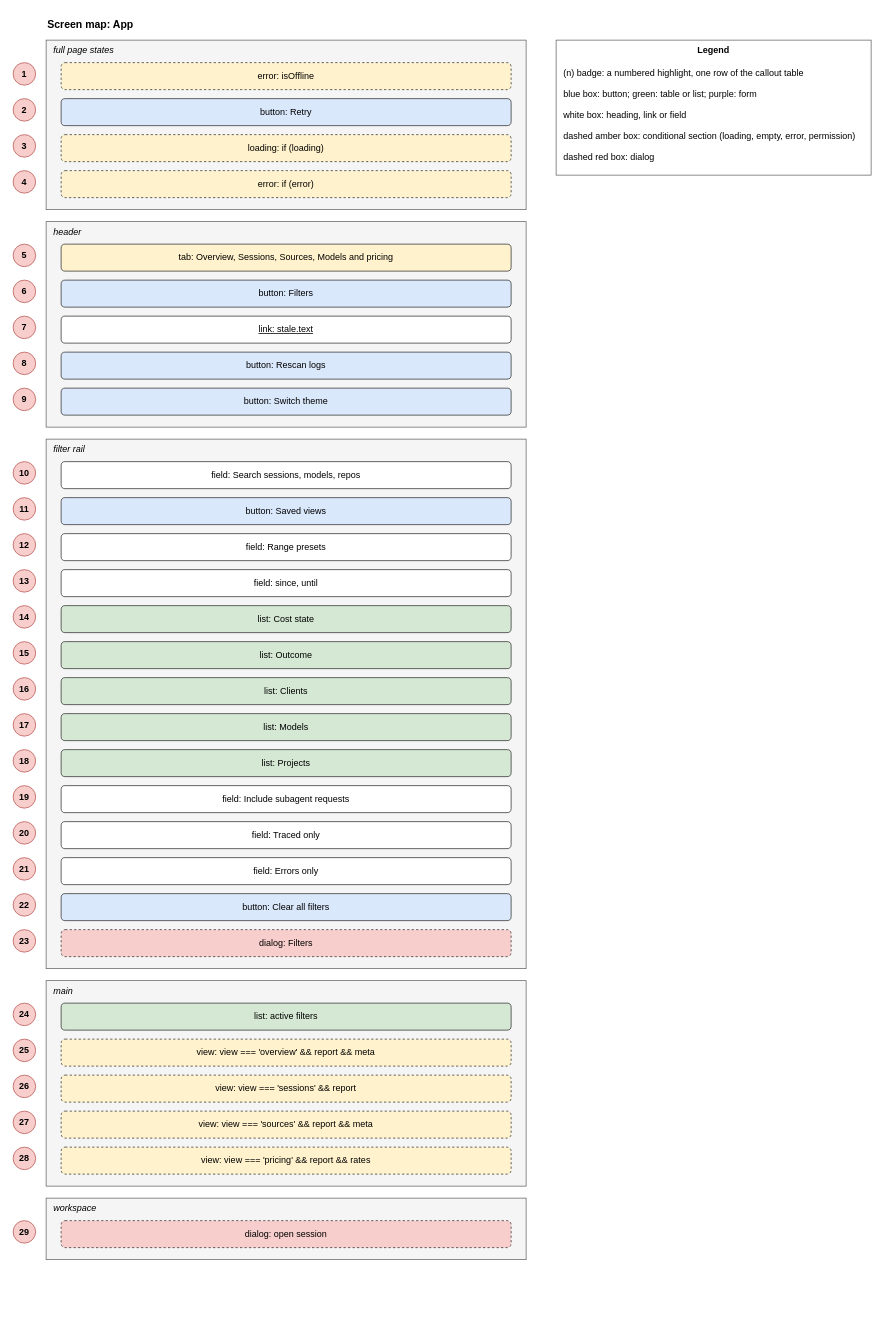
Above: docs/brain/architecture/drawio/drawio-screen-app.drawio in GeorgiNaydenov/LocalTokenomics (draw.io), before the change. Source tidied: cells renumbered, new cells numbered last; positions are measured from the earlier drawing's top-left corner, leaving out a move shared by most shapes. Both pictures are drawn from the tidied source at 75%, with x=0, y=0 at pixel (13, 13).
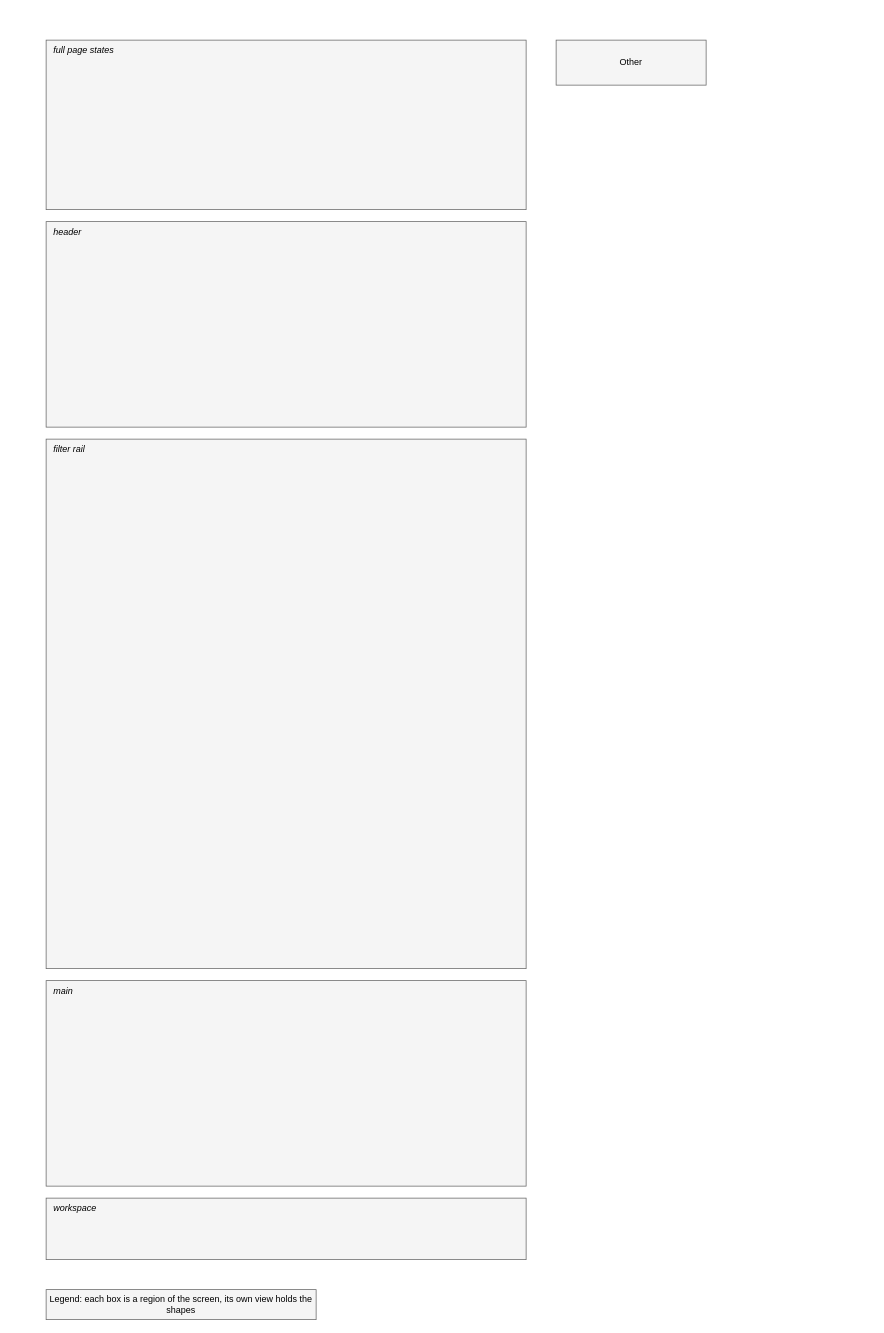
After the change.

The change refers to these unchanged cells:
```xml
<mxCell id="3" value="full page states" style="rounded=0;whiteSpace=wrap;html=0;fillColor=#f5f5f5;strokeColor=#666666;verticalAlign=top;align=left;spacingLeft=8;fontStyle=2;" parent="1" vertex="1">
  <mxGeometry x="44" y="36" width="640" height="226" as="geometry" />
</mxCell>
<mxCell id="12" value="header" style="rounded=0;whiteSpace=wrap;html=0;fillColor=#f5f5f5;strokeColor=#666666;verticalAlign=top;align=left;spacingLeft=8;fontStyle=2;" parent="1" vertex="1">
  <mxGeometry x="44" y="278" width="640" height="274" as="geometry" />
</mxCell>
<mxCell id="23" value="filter rail" style="rounded=0;whiteSpace=wrap;html=0;fillColor=#f5f5f5;strokeColor=#666666;verticalAlign=top;align=left;spacingLeft=8;fontStyle=2;" parent="1" vertex="1">
  <mxGeometry x="44" y="568" width="640" height="706" as="geometry" />
</mxCell>
<mxCell id="52" value="main" style="rounded=0;whiteSpace=wrap;html=0;fillColor=#f5f5f5;strokeColor=#666666;verticalAlign=top;align=left;spacingLeft=8;fontStyle=2;" parent="1" vertex="1">
  <mxGeometry x="44" y="1290" width="640" height="274" as="geometry" />
</mxCell>
<mxCell id="63" value="workspace" style="rounded=0;whiteSpace=wrap;html=0;fillColor=#f5f5f5;strokeColor=#666666;verticalAlign=top;align=left;spacingLeft=8;fontStyle=2;" parent="1" vertex="1">
  <mxGeometry x="44" y="1580" width="640" height="82" as="geometry" />
</mxCell>
```

What changed in the source:
```diff
@@
-    <mxCell id="2" value="Screen map: App" style="text;html=0;fontStyle=1;fontSize=14;align=left;" parent="1" vertex="1">
-      <mxGeometry x="44" width="500" height="24" as="geometry" />
-    </mxCell>
@@
-    <mxCell id="4" value="error: isOffline" style="rounded=1;whiteSpace=wrap;html=0;fillColor=#fff2cc;strokeColor=#333333;dashed=1;" parent="3" vertex="1">
-      <mxGeometry x="20" y="30" width="600" height="36" as="geometry" />
-    </mxCell>
-    <mxCell id="5" value="1" style="ellipse;whiteSpace=wrap;html=0;fillColor=#f8cecc;strokeColor=#b85450;fontStyle=1;" parent="1" vertex="1">
-      <mxGeometry y="66" width="30" height="30" as="geometry" />
-    </mxCell>
-    <mxCell id="6" value="button: Retry" style="rounded=1;whiteSpace=wrap;html=0;fillColor=#dae8fc;strokeColor=#333333;" parent="3" vertex="1">
-      <mxGeometry x="20" y="78" width="600" height="36" as="geometry" />
-    </mxCell>
-    <mxCell id="7" value="2" style="ellipse;whiteSpace=wrap;html=0;fillColor=#f8cecc;strokeColor=#b85450;fontStyle=1;" parent="1" vertex="1">
-      <mxGeometry y="114" width="30" height="30" as="geometry" />
-    </mxCell>
-    <mxCell id="8" value="loading: if (loading)" style="rounded=1;whiteSpace=wrap;html=0;fillColor=#fff2cc;strokeColor=#333333;dashed=1;" parent="3" vertex="1">
-      <mxGeometry x="20" y="126" width="600" height="36" as="geometry" />
-    </mxCell>
-    <mxCell id="9" value="3" style="ellipse;whiteSpace=wrap;html=0;fillColor=#f8cecc;strokeColor=#b85450;fontStyle=1;" parent="1" vertex="1">
-      <mxGeometry y="162" width="30" height="30" as="geometry" />
-    </mxCell>
-    <mxCell id="10" value="error: if (error)" style="rounded=1;whiteSpace=wrap;html=0;fillColor=#fff2cc;strokeColor=#333333;dashed=1;" parent="3" vertex="1">
-      <mxGeometry x="20" y="174" width="600" height="36" as="geometry" />
-    </mxCell>
-    <mxCell id="11" value="4" style="ellipse;whiteSpace=wrap;html=0;fillColor=#f8cecc;strokeColor=#b85450;fontStyle=1;" parent="1" vertex="1">
-      <mxGeometry y="210" width="30" height="30" as="geometry" />
-    </mxCell>
@@
-    <mxCell id="13" value="tab: Overview, Sessions, Sources, Models and pricing" style="rounded=1;whiteSpace=wrap;html=0;fillColor=#fff2cc;strokeColor=#333333;" parent="12" vertex="1">
-      <mxGeometry x="20" y="30" width="600" height="36" as="geometry" />
-    </mxCell>
-    <mxCell id="14" value="5" style="ellipse;whiteSpace=wrap;html=0;fillColor=#f8cecc;strokeColor=#b85450;fontStyle=1;" parent="1" vertex="1">
-      <mxGeometry y="308" width="30" height="30" as="geometry" />
-    </mxCell>
-    <mxCell id="15" value="button: Filters" style="rounded=1;whiteSpace=wrap;html=0;fillColor=#dae8fc;strokeColor=#333333;" parent="12" vertex="1">
-      <mxGeometry x="20" y="78" width="600" height="36" as="geometry" />
-    </mxCell>
-    <mxCell id="16" value="6" style="ellipse;whiteSpace=wrap;html=0;fillColor=#f8cecc;strokeColor=#b85450;fontStyle=1;" parent="1" vertex="1">
-      <mxGeometry y="356" width="30" height="30" as="geometry" />
-    </mxCell>
-    <mxCell id="17" value="link: stale.text" style="rounded=1;whiteSpace=wrap;html=0;fillColor=#ffffff;strokeColor=#333333;fontStyle=4;" parent="12" vertex="1">
-      <mxGeometry x="20" y="126" width="600" height="36" as="geometry" />
-    </mxCell>
-    <mxCell id="18" value="7" style="ellipse;whiteSpace=wrap;html=0;fillColor=#f8cecc;strokeColor=#b85450;fontStyle=1;" parent="1" vertex="1">
-      <mxGeometry y="404" width="30" height="30" as="geometry" />
-    </mxCell>
-    <mxCell id="19" value="button: Rescan logs" style="rounded=1;whiteSpace=wrap;html=0;fillColor=#dae8fc;strokeColor=#333333;" parent="12" vertex="1">
-      <mxGeometry x="20" y="174" width="600" height="36" as="geometry" />
-    </mxCell>
-    <mxCell id="20" value="8" style="ellipse;whiteSpace=wrap;html=0;fillColor=#f8cecc;strokeColor=#b85450;fontStyle=1;" parent="1" vertex="1">
-      <mxGeometry y="452" width="30" height="30" as="geometry" />
-    </mxCell>
-    <mxCell id="21" value="button: Switch theme" style="rounded=1;whiteSpace=wrap;html=0;fillColor=#dae8fc;strokeColor=#333333;" parent="12" vertex="1">
-      <mxGeometry x="20" y="222" width="600" height="36" as="geometry" />
-    </mxCell>
-    <mxCell id="22" value="9" style="ellipse;whiteSpace=wrap;html=0;fillColor=#f8cecc;strokeColor=#b85450;fontStyle=1;" parent="1" vertex="1">
-      <mxGeometry y="500" width="30" height="30" as="geometry" />
-    </mxCell>
@@
-    <mxCell id="24" value="field: Search sessions, models, repos" style="rounded=1;whiteSpace=wrap;html=0;fillColor=#ffffff;strokeColor=#333333;" parent="23" vertex="1">
-      <mxGeometry x="20" y="30" width="600" height="36" as="geometry" />
-    </mxCell>
-    <mxCell id="25" value="10" style="ellipse;whiteSpace=wrap;html=0;fillColor=#f8cecc;strokeColor=#b85450;fontStyle=1;" parent="1" vertex="1">
-      <mxGeometry y="598" width="30" height="30" as="geometry" />
-    </mxCell>
-    <mxCell id="26" value="button: Saved views" style="rounded=1;whiteSpace=wrap;html=0;fillColor=#dae8fc;strokeColor=#333333;" parent="23" vertex="1">
-      <mxGeometry x="20" y="78" width="600" height="36" as="geometry" />
-    </mxCell>
-    <mxCell id="27" value="11" style="ellipse;whiteSpace=wrap;html=0;fillColor=#f8cecc;strokeColor=#b85450;fontStyle=1;" parent="1" vertex="1">
-      <mxGeometry y="646" width="30" height="30" as="geometry" />
-    </mxCell>
-    <mxCell id="28" value="field: Range presets" style="rounded=1;whiteSpace=wrap;html=0;fillColor=#ffffff;strokeColor=#333333;" parent="23" vertex="1">
-      <mxGeometry x="20" y="126" width="600" height="36" as="geometry" />
-    </mxCell>
-    <mxCell id="29" value="12" style="ellipse;whiteSpace=wrap;html=0;fillColor=#f8cecc;strokeColor=#b85450;fontStyle=1;" parent="1" vertex="1">
-      <mxGeometry y="694" width="30" height="30" as="geometry" />
-    </mxCell>
-    <mxCell id="30" value="field: since, until" style="rounded=1;whiteSpace=wrap;html=0;fillColor=#ffffff;strokeColor=#333333;" parent="23" vertex="1">
-      <mxGeometry x="20" y="174" width="600" height="36" as="geometry" />
-    </mxCell>
-    <mxCell id="31" value="13" style="ellipse;whiteSpace=wrap;html=0;fillColor=#f8cecc;strokeColor=#b85450;fontStyle=1;" parent="1" vertex="1">
-      <mxGeometry y="742" width="30" height="30" as="geometry" />
-    </mxCell>
-    <mxCell id="32" value="list: Cost state" style="rounded=1;whiteSpace=wrap;html=0;fillColor=#d5e8d4;strokeColor=#333333;" parent="23" vertex="1">
-      <mxGeometry x="20" y="222" width="600" height="36" as="geometry" />
-    </mxCell>
-    <mxCell id="33" value="14" style="ellipse;whiteSpace=wrap;html=0;fillColor=#f8cecc;strokeColor=#b85450;fontStyle=1;" parent="1" vertex="1">
-      <mxGeometry y="790" width="30" height="30" as="geometry" />
-    </mxCell>
-    <mxCell id="34" value="list: Outcome" style="rounded=1;whiteSpace=wrap;html=0;fillColor=#d5e8d4;strokeColor=#333333;" parent="23" vertex="1">
-      <mxGeometry x="20" y="270" width="600" height="36" as="geometry" />
-    </mxCell>
-    <mxCell id="35" value="15" style="ellipse;whiteSpace=wrap;html=0;fillColor=#f8cecc;strokeColor=#b85450;fontStyle=1;" parent="1" vertex="1">
-      <mxGeometry y="838" width="30" height="30" as="geometry" />
-    </mxCell>
-    <mxCell id="36" value="list: Clients" style="rounded=1;whiteSpace=wrap;html=0;fillColor=#d5e8d4;strokeColor=#333333;" parent="23" vertex="1">
-      <mxGeometry x="20" y="318" width="600" height="36" as="geometry" />
-    </mxCell>
-    <mxCell id="37" value="16" style="ellipse;whiteSpace=wrap;html=0;fillColor=#f8cecc;strokeColor=#b85450;fontStyle=1;" parent="1" vertex="1">
-      <mxGeometry y="886" width="30" height="30" as="geometry" />
-    </mxCell>
-    <mxCell id="38" value="list: Models" style="rounded=1;whiteSpace=wrap;html=0;fillColor=#d5e8d4;strokeColor=#333333;" parent="23" vertex="1">
-      <mxGeometry x="20" y="366" width="600" height="36" as="geometry" />
-    </mxCell>
-    <mxCell id="39" value="17" style="ellipse;whiteSpace=wrap;html=0;fillColor=#f8cecc;strokeColor=#b85450;fontStyle=1;" parent="1" vertex="1">
-      <mxGeometry y="934" width="30" height="30" as="geometry" />
-    </mxCell>
-    <mxCell id="40" value="list: Projects" style="rounded=1;whiteSpace=wrap;html=0;fillColor=#d5e8d4;strokeColor=#333333;" parent="23" vertex="1">
-      <mxGeometry x="20" y="414" width="600" height="36" as="geometry" />
-    </mxCell>
-    <mxCell id="41" value="18" style="ellipse;whiteSpace=wrap;html=0;fillColor=#f8cecc;strokeColor=#b85450;fontStyle=1;" parent="1" vertex="1">
-      <mxGeometry y="982" width="30" height="30" as="geometry" />
-    </mxCell>
-    <mxCell id="42" value="field: Include subagent requests" style="rounded=1;whiteSpace=wrap;html=0;fillColor=#ffffff;strokeColor=#333333;" parent="23" vertex="1">
-      <mxGeometry x="20" y="462" width="600" height="36" as="geometry" />
-    </mxCell>
-    <mxCell id="43" value="19" style="ellipse;whiteSpace=wrap;html=0;fillColor=#f8cecc;strokeColor=#b85450;fontStyle=1;" parent="1" vertex="1">
-      <mxGeometry y="1030" width="30" height="30" as="geometry" />
-    </mxCell>
-    <mxCell id="44" value="field: Traced only" style="rounded=1;whiteSpace=wrap;html=0;fillColor=#ffffff;strokeColor=#333333;" parent="23" vertex="1">
-      <mxGeometry x="20" y="510" width="600" height="36" as="geometry" />
-    </mxCell>
-    <mxCell id="45" value="20" style="ellipse;whiteSpace=wrap;html=0;fillColor=#f8cecc;strokeColor=#b85450;fontStyle=1;" parent="1" vertex="1">
-      <mxGeometry y="1078" width="30" height="30" as="geometry" />
-    </mxCell>
-    <mxCell id="46" value="field: Errors only" style="rounded=1;whiteSpace=wrap;html=0;fillColor=#ffffff;strokeColor=#333333;" parent="23" vertex="1">
-      <mxGeometry x="20" y="558" width="600" height="36" as="geometry" />
-    </mxCell>
-    <mxCell id="47" value="21" style="ellipse;whiteSpace=wrap;html=0;fillColor=#f8cecc;strokeColor=#b85450;fontStyle=1;" parent="1" vertex="1">
-      <mxGeometry y="1126" width="30" height="30" as="geometry" />
-    </mxCell>
-    <mxCell id="48" value="button: Clear all filters" style="rounded=1;whiteSpace=wrap;html=0;fillColor=#dae8fc;strokeColor=#333333;" parent="23" vertex="1">
-      <mxGeometry x="20" y="606" width="600" height="36" as="geometry" />
-    </mxCell>
-    <mxCell id="49" value="22" style="ellipse;whiteSpace=wrap;html=0;fillColor=#f8cecc;strokeColor=#b85450;fontStyle=1;" parent="1" vertex="1">
-      <mxGeometry y="1174" width="30" height="30" as="geometry" />
-    </mxCell>
-    <mxCell id="50" value="dialog: Filters" style="rounded=1;whiteSpace=wrap;html=0;fillColor=#f8cecc;strokeColor=#333333;dashed=1;" parent="23" vertex="1">
-      <mxGeometry x="20" y="654" width="600" height="36" as="geometry" />
-    </mxCell>
-    <mxCell id="51" value="23" style="ellipse;whiteSpace=wrap;html=0;fillColor=#f8cecc;strokeColor=#b85450;fontStyle=1;" parent="1" vertex="1">
-      <mxGeometry y="1222" width="30" height="30" as="geometry" />
-    </mxCell>
@@
-    <mxCell id="53" value="list: active filters" style="rounded=1;whiteSpace=wrap;html=0;fillColor=#d5e8d4;strokeColor=#333333;" parent="52" vertex="1">
-      <mxGeometry x="20" y="30" width="600" height="36" as="geometry" />
-    </mxCell>
-    <mxCell id="54" value="24" style="ellipse;whiteSpace=wrap;html=0;fillColor=#f8cecc;strokeColor=#b85450;fontStyle=1;" parent="1" vertex="1">
-      <mxGeometry y="1320" width="30" height="30" as="geometry" />
-    </mxCell>
-    <mxCell id="55" value="view: view === 'overview' &amp;&amp; report &amp;&amp; meta" style="rounded=1;whiteSpace=wrap;html=0;fillColor=#fff2cc;strokeColor=#333333;dashed=1;" parent="52" vertex="1">
-      <mxGeometry x="20" y="78" width="600" height="36" as="geometry" />
-    </mxCell>
-    <mxCell id="56" value="25" style="ellipse;whiteSpace=wrap;html=0;fillColor=#f8cecc;strokeColor=#b85450;fontStyle=1;" parent="1" vertex="1">
-      <mxGeometry y="1368" width="30" height="30" as="geometry" />
-    </mxCell>
-    <mxCell id="57" value="view: view === 'sessions' &amp;&amp; report" style="rounded=1;whiteSpace=wrap;html=0;fillColor=#fff2cc;strokeColor=#333333;dashed=1;" parent="52" vertex="1">
-      <mxGeometry x="20" y="126" width="600" height="36" as="geometry" />
-    </mxCell>
-    <mxCell id="58" value="26" style="ellipse;whiteSpace=wrap;html=0;fillColor=#f8cecc;strokeColor=#b85450;fontStyle=1;" parent="1" vertex="1">
-      <mxGeometry y="1416" width="30" height="30" as="geometry" />
-    </mxCell>
-    <mxCell id="59" value="view: view === 'sources' &amp;&amp; report &amp;&amp; meta" style="rounded=1;whiteSpace=wrap;html=0;fillColor=#fff2cc;strokeColor=#333333;dashed=1;" parent="52" vertex="1">
-      <mxGeometry x="20" y="174" width="600" height="36" as="geometry" />
-    </mxCell>
-    <mxCell id="60" value="27" style="ellipse;whiteSpace=wrap;html=0;fillColor=#f8cecc;strokeColor=#b85450;fontStyle=1;" parent="1" vertex="1">
-      <mxGeometry y="1464" width="30" height="30" as="geometry" />
-    </mxCell>
-    <mxCell id="61" value="view: view === 'pricing' &amp;&amp; report &amp;&amp; rates" style="rounded=1;whiteSpace=wrap;html=0;fillColor=#fff2cc;strokeColor=#333333;dashed=1;" parent="52" vertex="1">
-      <mxGeometry x="20" y="222" width="600" height="36" as="geometry" />
-    </mxCell>
-    <mxCell id="62" value="28" style="ellipse;whiteSpace=wrap;html=0;fillColor=#f8cecc;strokeColor=#b85450;fontStyle=1;" parent="1" vertex="1">
-      <mxGeometry y="1512" width="30" height="30" as="geometry" />
-    </mxCell>
@@
-    <mxCell id="64" value="dialog: open session" style="rounded=1;whiteSpace=wrap;html=0;fillColor=#f8cecc;strokeColor=#333333;dashed=1;" parent="63" vertex="1">
-      <mxGeometry x="20" y="30" width="600" height="36" as="geometry" />
-    </mxCell>
-    <mxCell id="65" value="29" style="ellipse;whiteSpace=wrap;html=0;fillColor=#f8cecc;strokeColor=#b85450;fontStyle=1;" parent="1" vertex="1">
-      <mxGeometry y="1610" width="30" height="30" as="geometry" />
-    </mxCell>
-    <mxCell id="66" value="Legend" style="rounded=0;whiteSpace=wrap;html=0;fillColor=#ffffff;strokeColor=#666666;verticalAlign=top;fontStyle=1;" parent="1" vertex="1">
-      <mxGeometry x="724" y="36" width="420" height="180" as="geometry" />
-    </mxCell>
-    <mxCell id="67" value="(n) badge: a numbered highlight, one row of the callout table" style="text;html=0;align=left;whiteSpace=wrap;" parent="66" vertex="1">
-      <mxGeometry x="8" y="30" width="400" height="24" as="geometry" />
-    </mxCell>
-    <mxCell id="68" value="blue box: button; green: table or list; purple: form" style="text;html=0;align=left;whiteSpace=wrap;" parent="66" vertex="1">
-      <mxGeometry x="8" y="58" width="400" height="24" as="geometry" />
-    </mxCell>
-    <mxCell id="69" value="white box: heading, link or field" style="text;html=0;align=left;whiteSpace=wrap;" parent="66" vertex="1">
-      <mxGeometry x="8" y="86" width="400" height="24" as="geometry" />
-    </mxCell>
-    <mxCell id="70" value="dashed amber box: conditional section (loading, empty, error, permission)" style="text;html=0;align=left;whiteSpace=wrap;" parent="66" vertex="1">
-      <mxGeometry x="8" y="114" width="400" height="24" as="geometry" />
-    </mxCell>
-    <mxCell id="71" value="dashed red box: dialog" style="text;html=0;align=left;whiteSpace=wrap;" parent="66" vertex="1">
-      <mxGeometry x="8" y="142" width="400" height="24" as="geometry" />
-    </mxCell>
+    <mxCell id="72" value="Other" style="rounded=0;whiteSpace=wrap;html=1;fillColor=#F5F5F5;strokeColor=#666666;fontColor=#000000;" parent="1" vertex="1">
+      <mxGeometry x="724" y="36" width="200" height="60" as="geometry" />
+    </mxCell>
+    <mxCell id="73" value="Legend: each box is a region of the screen, its own view holds the shapes" style="rounded=0;whiteSpace=wrap;html=1;fillColor=#F5F5F5;strokeColor=#666666;fontColor=#000000;" parent="1" vertex="1">
+      <mxGeometry x="44" y="1702" width="360" height="40" as="geometry" />
+    </mxCell>
```
